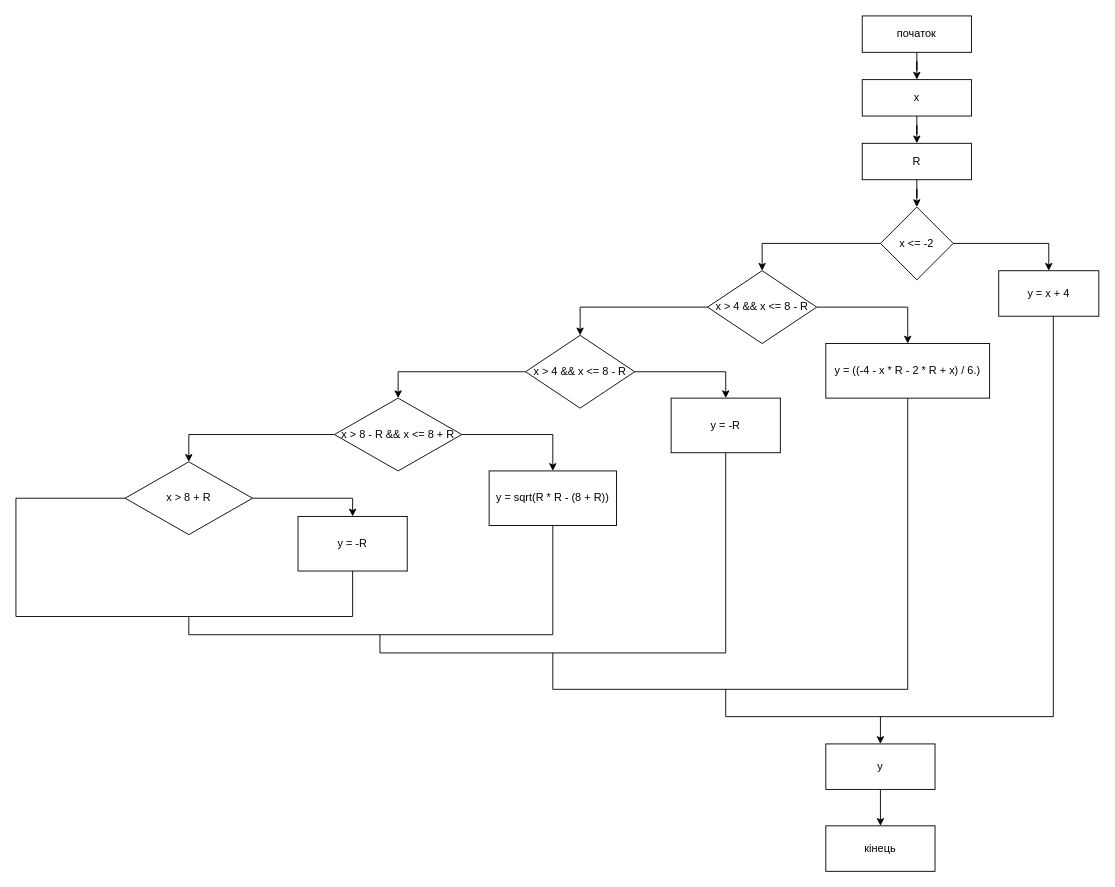
This is Untitled Diagram.drawio from ZhurakovskyiArtem/lab_3.3, a draw.io file, before an edit. Source tidied: cells renumbered, new cells numbered last; positions are measured from the earlier drawing's top-left corner, leaving out a move shared by most shapes. Both pictures are drawn from the tidied source at 91%, with x=0, y=0 at pixel (15, 15).
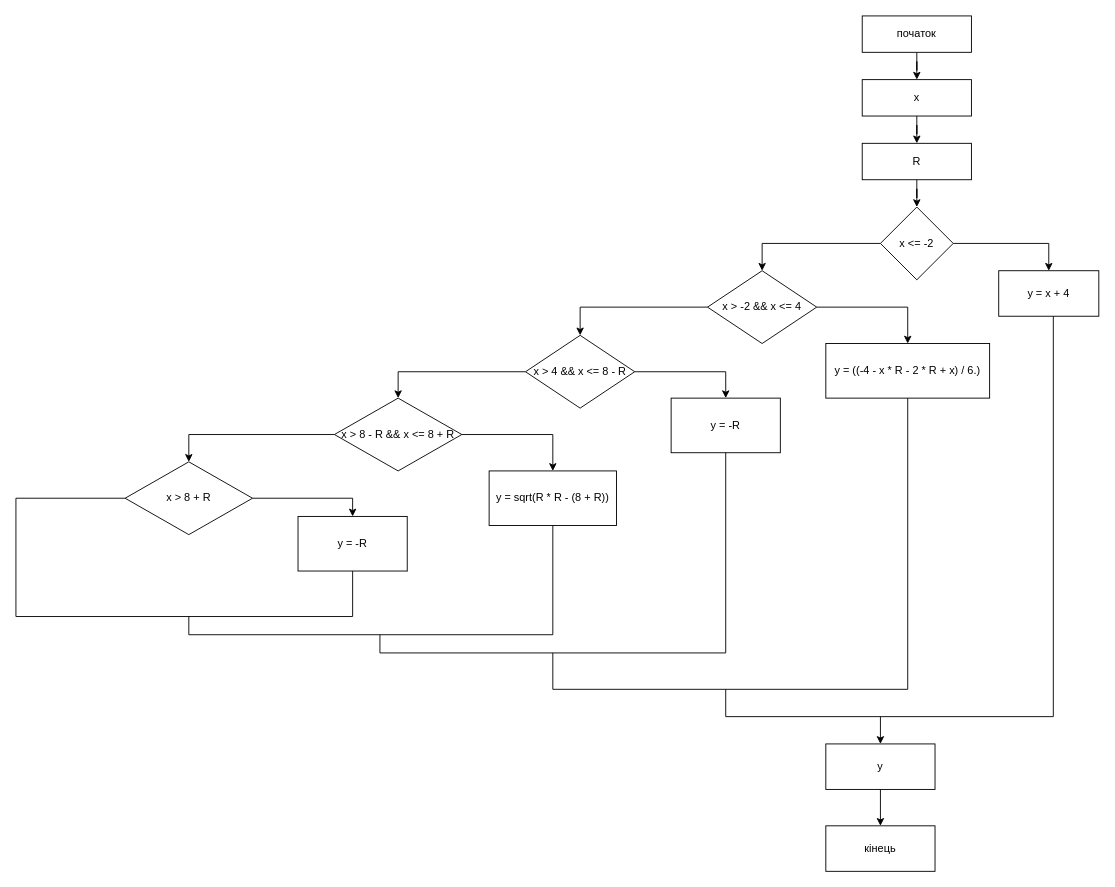
The same page after the edit.

What changed in the source:
```diff
@@
-    <mxCell id="14" value="x &gt; 4 &amp;&amp; x &lt;= 8 - R" style="rhombus;whiteSpace=wrap;html=1;rounded=0;" parent="1" vertex="1">
+    <mxCell id="14" value="x &gt; -2 &amp;&amp; x &lt;= 4" style="rhombus;whiteSpace=wrap;html=1;rounded=0;" parent="1" vertex="1">
       <mxGeometry x="760" y="280" width="120" height="80" as="geometry" />
     </mxCell>
```
